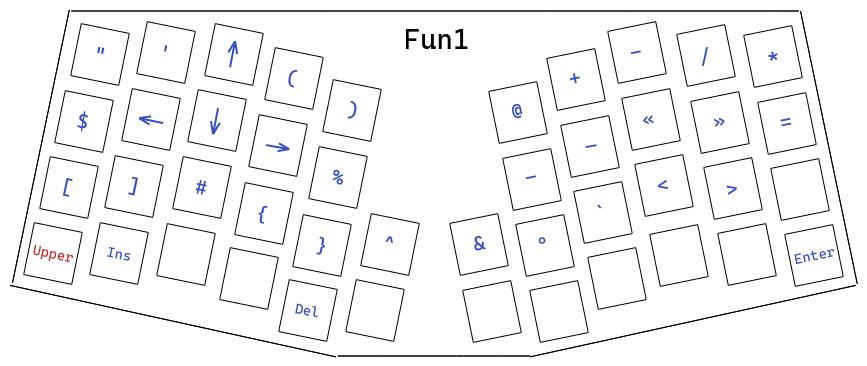
This is layers/1-fun1.png from lobre/atreus-bepo, a Excalidraw export, as it was before one commit. Source tidied: one line per element, renumbered; positions are measured from the earlier drawing's top-left corner, leaving out a move shared by most shapes.
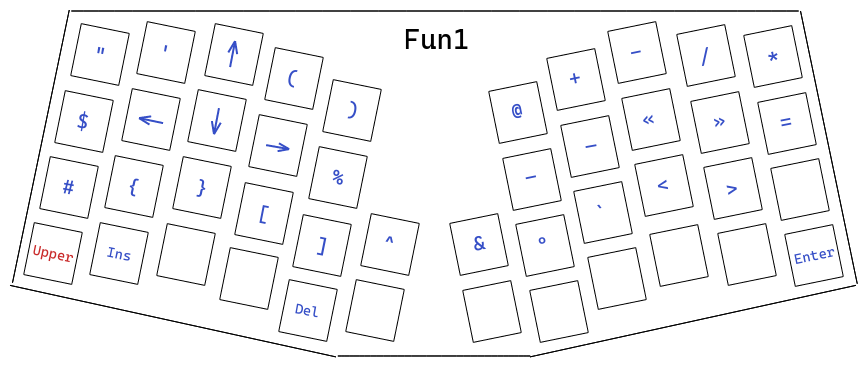
The same diagram one commit later.

Change to the diagram source:
```diff
@@ -53,10 +53,10 @@
 {"id": 52, "type": "text", "text": "$", "strokeColor": "#364fc7", "angle": 0.17, "strokeWidth": 1, "roughness": 1, "fontSize": 20, "fontFamily": 3, "x": 67, "y": 99, "width": 12, "height": 24}
 {"id": 53, "type": "text", "text": "%", "strokeColor": "#364fc7", "angle": 0.17, "strokeWidth": 1, "roughness": 1, "fontSize": 20, "fontFamily": 3, "x": 322, "y": 155, "width": 12, "height": 24}
 {"id": 54, "type": "text", "text": "(", "strokeColor": "#364fc7", "angle": 0.21, "strokeWidth": 1, "roughness": 1, "fontSize": 20, "fontFamily": 3, "x": 276, "y": 56, "width": 12, "height": 24}
-{"id": 55, "type": "text", "text": "[", "strokeColor": "#364fc7", "angle": 0.21, "strokeWidth": 1, "roughness": 1, "fontSize": 20, "fontFamily": 3, "x": 51, "y": 165, "width": 12, "height": 24}
+{"id": 55, "type": "text", "text": "[", "strokeColor": "#364fc7", "angle": 0.2, "strokeWidth": 1, "roughness": 1, "fontSize": 20, "fontFamily": 3, "x": 247, "y": 192, "width": 12, "height": 24}
-{"id": 56, "type": "text", "text": "]", "strokeColor": "#364fc7", "angle": 0.22, "strokeWidth": 1, "roughness": 1, "fontSize": 20, "fontFamily": 3, "x": 118, "y": 164, "width": 12, "height": 24}
+{"id": 56, "type": "text", "text": "]", "strokeColor": "#364fc7", "angle": 0.2, "strokeWidth": 1, "roughness": 1, "fontSize": 20, "fontFamily": 3, "x": 307, "y": 224, "width": 12, "height": 24}
-{"id": 57, "type": "text", "text": "#", "strokeColor": "#364fc7", "angle": 0.19, "strokeWidth": 1, "roughness": 1, "fontSize": 20, "fontFamily": 3, "x": 185, "y": 165, "width": 12, "height": 24}
+{"id": 57, "type": "text", "text": "#", "strokeColor": "#364fc7", "angle": 0.18, "strokeWidth": 1, "roughness": 1, "fontSize": 20, "fontFamily": 3, "x": 52, "y": 165, "width": 12, "height": 24}
-{"id": 58, "type": "text", "text": "}", "strokeColor": "#364fc7", "angle": 0.2, "strokeWidth": 1, "roughness": 1, "fontSize": 20, "fontFamily": 3, "x": 306, "y": 224, "width": 12, "height": 24}
+{"id": 58, "type": "text", "text": "}", "strokeColor": "#364fc7", "angle": 0.2, "strokeWidth": 1, "roughness": 1, "fontSize": 20, "fontFamily": 3, "x": 186, "y": 166, "width": 12, "height": 24}
 {"id": 59, "type": "text", "text": "^", "strokeColor": "#364fc7", "angle": 0.19, "strokeWidth": 1, "roughness": 1, "fontSize": 20, "fontFamily": 3, "x": 373, "y": 221, "width": 12, "height": 24}
 {"id": 60, "type": "text", "text": "+", "strokeColor": "#364fc7", "angle": 6.08, "strokeWidth": 1, "roughness": 1, "fontSize": 20, "fontFamily": 3, "x": 559, "y": 56, "width": 12, "height": 24}
 {"id": 61, "type": "text", "text": "-", "strokeColor": "#364fc7", "angle": 6.08, "strokeWidth": 1, "roughness": 1, "fontSize": 20, "fontFamily": 3, "x": 620, "y": 30, "width": 12, "height": 24}
@@ -75,12 +75,12 @@
 {"id": 74, "type": "text", "text": "Del", "strokeColor": "#364fc7", "angle": 0.18, "strokeWidth": 1, "roughness": 1, "fontSize": 14.07, "fontFamily": 3, "x": 285, "y": 291, "width": 25, "height": 17}
 {"id": 75, "type": "text", "text": "Upper", "strokeColor": "#c92a2a", "angle": 0.21, "strokeWidth": 1, "roughness": 1, "fontSize": 14.07, "fontFamily": 3, "x": 23, "y": 234, "width": 41, "height": 17}
 {"id": 76, "type": "text", "text": "°", "strokeColor": "#364fc7", "angle": 6.08, "strokeWidth": 1, "roughness": 1, "fontSize": 20, "fontFamily": 3, "x": 527, "y": 222, "width": 12, "height": 24}
-{"id": 77, "type": "text", "text": "{", "strokeColor": "#364fc7", "angle": 0.22, "strokeWidth": 1, "roughness": 1, "fontSize": 20, "fontFamily": 3, "x": 246, "y": 192, "width": 12, "height": 24}
+{"id": 77, "type": "text", "text": "{", "strokeColor": "#364fc7", "angle": 0.22, "strokeWidth": 1, "roughness": 1, "fontSize": 20, "fontFamily": 3, "x": 117, "y": 165, "width": 12, "height": 24}
 {"id": 78, "type": "text", "text": ")", "strokeColor": "#364fc7", "angle": 0.17, "strokeWidth": 1, "roughness": 1, "fontSize": 20, "fontFamily": 3, "x": 337, "y": 88, "width": 12, "height": 24}
 {"id": 79, "type": "text", "text": "@", "strokeColor": "#364fc7", "angle": 6.09, "strokeWidth": 1, "roughness": 1, "fontSize": 20, "fontFamily": 3, "x": 501, "y": 89, "width": 12, "height": 24}
 {"id": 80, "type": "text", "text": "Fun1", "strokeColor": "#000000", "strokeWidth": 1, "strokeStyle": "dashed", "roughness": 0, "fontSize": 28, "fontFamily": 3, "x": 394, "y": 12, "width": 66, "height": 34}
 {"id": 81, "type": "arrow", "strokeColor": "#364fc7", "strokeWidth": 2, "roughness": 0, "endArrowhead": "arrow", "x": 256, "y": 135, "width": 23, "height": 4, "points": [[0, 0], [23, 4]]}
 {"id": 82, "type": "arrow", "strokeColor": "#364fc7", "strokeWidth": 2, "roughness": 0, "endArrowhead": "arrow", "x": 153, "y": 113, "width": 24, "height": 5, "points": [[0, 0], [-24, -5]]}
 {"id": 83, "type": "arrow", "strokeColor": "#364fc7", "strokeWidth": 2, "roughness": 0, "endArrowhead": "arrow", "x": 220, "y": 57, "width": 5, "height": 26, "points": [[0, 0], [5, -26]]}
-{"id": 84, "type": "arrow", "strokeColor": "#364fc7", "angle": 3.14, "strokeWidth": 2, "roughness": 0, "endArrowhead": "arrow", "x": 203, "y": 124, "width": 5, "height": 26, "points": [[0, 0], [5, -26]]}
+{"id": 84, "type": "arrow", "strokeColor": "#364fc7", "angle": 3.14, "strokeWidth": 2, "roughness": 0, "endArrowhead": "arrow", "x": 204, "y": 124, "width": 5, "height": 26, "points": [[0, 0], [5, -26]]}
 {"id": 85, "type": "text", "text": "Enter", "strokeColor": "#364fc7", "angle": 6.08, "strokeWidth": 1, "roughness": 1, "fontSize": 14.07, "fontFamily": 3, "x": 784, "y": 236, "width": 41, "height": 17}
```
